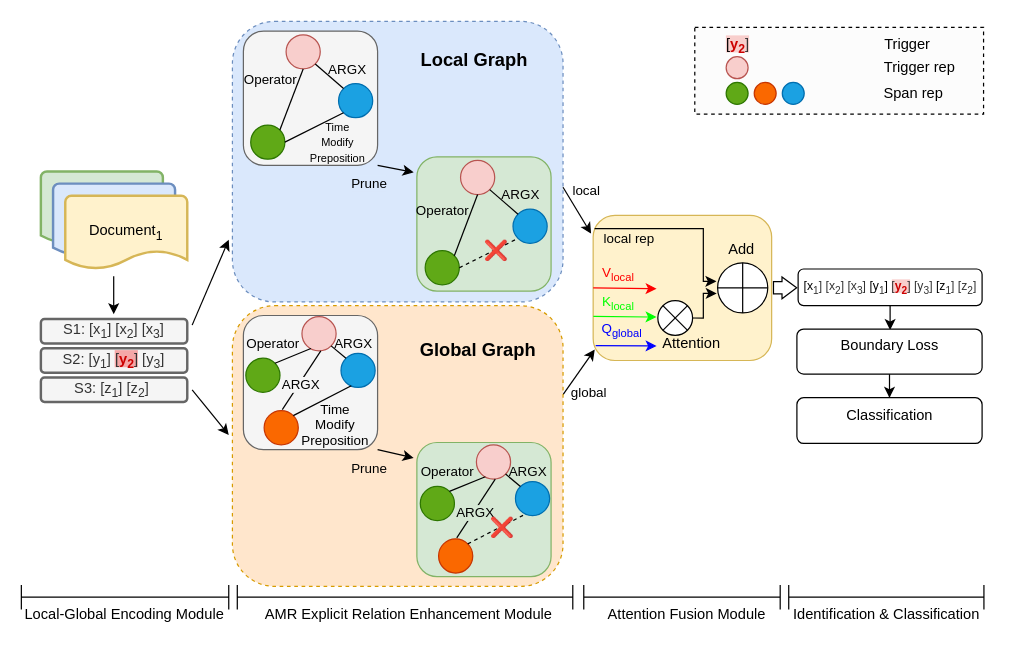
Above: model-modify2.drawio in crawlerWPS/drawing (draw.io), before the change. Source tidied: cells renumbered, new cells numbered last; positions are measured from the earlier drawing's top-left corner, leaving out a move shared by most shapes. Both pictures are drawn from the tidied source at 122%, with x=0, y=0 at pixel (21, 21).
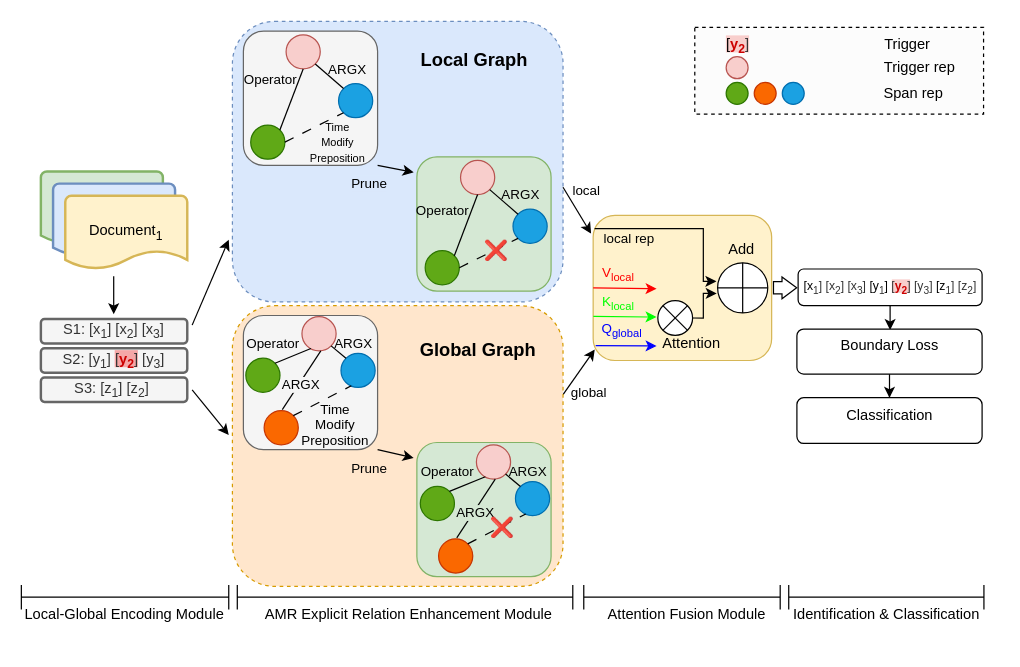
The same diagram, later.

The change refers to these unchanged cells:
```xml
<mxCell id="20" style="ellipse;whiteSpace=wrap;html=1;fillColor=#1ba1e2;fontColor=#ffffff;strokeColor=#006EAF;" parent="1" vertex="1">
  <mxGeometry x="260" y="51" width="28" height="28" as="geometry" />
</mxCell>
<mxCell id="21" style="ellipse;whiteSpace=wrap;html=1;fillColor=#60a917;fontColor=#ffffff;strokeColor=#2D7600;" parent="1" vertex="1">
  <mxGeometry x="188" y="85" width="28" height="28" as="geometry" />
</mxCell>
<mxCell id="60" style="ellipse;whiteSpace=wrap;html=1;fillColor=#1ba1e2;fontColor=#ffffff;strokeColor=#006EAF;" parent="1" vertex="1">
  <mxGeometry x="403" y="154" width="28" height="28" as="geometry" />
</mxCell>
<mxCell id="61" style="ellipse;whiteSpace=wrap;html=1;fillColor=#60a917;fontColor=#ffffff;strokeColor=#2D7600;" parent="1" vertex="1">
  <mxGeometry x="331" y="188" width="28" height="28" as="geometry" />
</mxCell>
<mxCell id="74" style="ellipse;whiteSpace=wrap;html=1;fillColor=#1ba1e2;fontColor=#ffffff;strokeColor=#006EAF;" parent="1" vertex="1">
  <mxGeometry x="262" y="272.1" width="28" height="28" as="geometry" />
</mxCell>
<mxCell id="80" style="ellipse;whiteSpace=wrap;html=1;fillColor=#fa6800;fontColor=#000000;strokeColor=#C73500;" parent="1" vertex="1">
  <mxGeometry x="199" y="319.1" width="28" height="28" as="geometry" />
</mxCell>
<mxCell id="85" style="ellipse;whiteSpace=wrap;html=1;fillColor=#1ba1e2;fontColor=#ffffff;strokeColor=#006EAF;" parent="1" vertex="1">
  <mxGeometry x="405" y="377.2" width="28" height="28" as="geometry" />
</mxCell>
<mxCell id="91" style="ellipse;whiteSpace=wrap;html=1;fillColor=#fa6800;fontColor=#000000;strokeColor=#C73500;" parent="1" vertex="1">
  <mxGeometry x="342" y="424.2" width="28" height="28" as="geometry" />
</mxCell>
```

Change to the diagram source:
```diff
@@
-    <mxCell id="24" style="endArrow=none;html=1;rounded=0;entryX=0;entryY=1;entryDx=0;entryDy=0;exitX=1;exitY=0.5;exitDx=0;exitDy=0;" parent="1" edge="1" source="21" target="20">
+    <mxCell id="24" style="endArrow=none;html=1;rounded=0;entryX=0;entryY=1;entryDx=0;entryDy=0;exitX=1;exitY=0.5;exitDx=0;exitDy=0;dashed=1;dashPattern=8 8;" parent="1" edge="1" source="21" target="20">
       <mxGeometry relative="1" as="geometry" />
     </mxCell>
@@
-    <mxCell id="64" style="endArrow=none;html=1;rounded=0;entryX=0;entryY=1;entryDx=0;entryDy=0;exitX=1;exitY=0.5;exitDx=0;exitDy=0;dashed=1;" parent="1" edge="1" source="61" target="60">
+    <mxCell id="64" style="endArrow=none;html=1;rounded=0;entryX=0;entryY=1;entryDx=0;entryDy=0;exitX=1;exitY=0.5;exitDx=0;exitDy=0;dashed=1;dashPattern=8 8;" parent="1" edge="1" source="61" target="60">
       <mxGeometry relative="1" as="geometry" />
     </mxCell>
@@
-    <mxCell id="83" value="Time&lt;br style=&quot;border-color: var(--border-color);&quot;&gt;&lt;span style=&quot;&quot;&gt;Modify&lt;/span&gt;&lt;br style=&quot;border-color: var(--border-color);&quot;&gt;&lt;span style=&quot;&quot;&gt;Preposition&lt;/span&gt;" style="endArrow=none;html=1;rounded=0;entryX=0.301;entryY=0.951;entryDx=0;entryDy=0;entryPerimeter=0;exitX=1;exitY=0;exitDx=0;exitDy=0;labelBackgroundColor=none;" parent="1" edge="1" source="80" target="74">
+    <mxCell id="83" value="Time&lt;br style=&quot;border-color: var(--border-color);&quot;&gt;&lt;span style=&quot;&quot;&gt;Modify&lt;/span&gt;&lt;br style=&quot;border-color: var(--border-color);&quot;&gt;&lt;span style=&quot;&quot;&gt;Preposition&lt;/span&gt;" style="endArrow=none;html=1;rounded=0;entryX=0.301;entryY=0.951;entryDx=0;entryDy=0;entryPerimeter=0;exitX=1;exitY=0;exitDx=0;exitDy=0;labelBackgroundColor=none;dashed=1;dashPattern=8 8;" parent="1" edge="1" source="80" target="74">
       <mxGeometry y="-23" relative="1" as="geometry" />
     </mxCell>
@@
-    <mxCell id="94" style="endArrow=none;html=1;rounded=0;entryX=0.301;entryY=0.951;entryDx=0;entryDy=0;entryPerimeter=0;exitX=1;exitY=0;exitDx=0;exitDy=0;labelBackgroundColor=none;dashed=1;" parent="1" edge="1" source="91" target="85">
+    <mxCell id="94" style="endArrow=none;html=1;rounded=0;entryX=0.301;entryY=0.951;entryDx=0;entryDy=0;entryPerimeter=0;exitX=1;exitY=0;exitDx=0;exitDy=0;labelBackgroundColor=none;dashed=1;dashPattern=8 8;" parent="1" edge="1" source="91" target="85">
       <mxGeometry y="-23" relative="1" as="geometry" />
     </mxCell>
```
